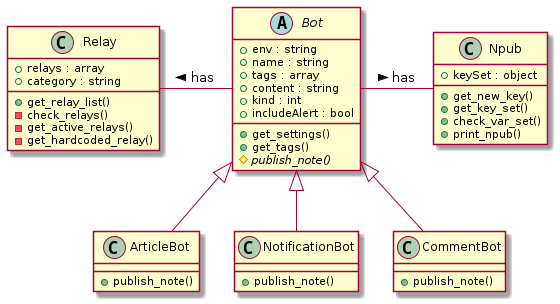
This is plantUML/Nostrbots/Nostrbots Class Diagram.png from ShadowySupercode/gitcitadel, a PlantUML export, as it was before one commit.
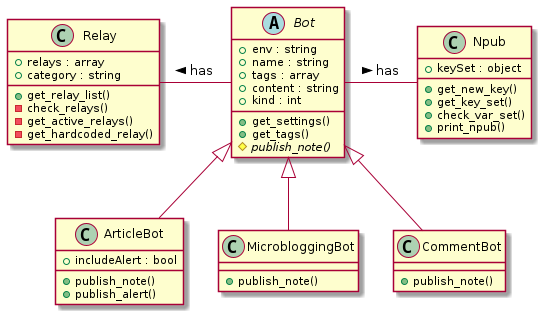
The same diagram one commit later.

Commit message:
add new Nostrbots classes with alert

Diff of the diagram source:
```diff
@@ -4,7 +4,6 @@
 
   + relays : array
   + category : string
-
   + get_relay_list()
   - check_relays()
   - get_active_relays()
@@ -19,8 +18,6 @@
   + tags : array
   + content : string
   + kind : int
-  + includeAlert : bool
-
   + get_settings()
   + get_tags()
   # {abstract} publish_note()
@@ -29,11 +26,13 @@
 
 class ArticleBot {
 
+  + includeAlert : bool
   + publish_note()
+  + publish_alert()
 
 }
 
-class NotificationBot {
+class MicrobloggingBot {
 
   + publish_note()
 
@@ -56,7 +55,7 @@
 }
 Bot <|-- ArticleBot
 Bot <|-- CommentBot
-Bot <|-- NotificationBot
+Bot <|-- MicrobloggingBot
 
 Relay - Bot : has <
 Bot - Npub : has >
```
